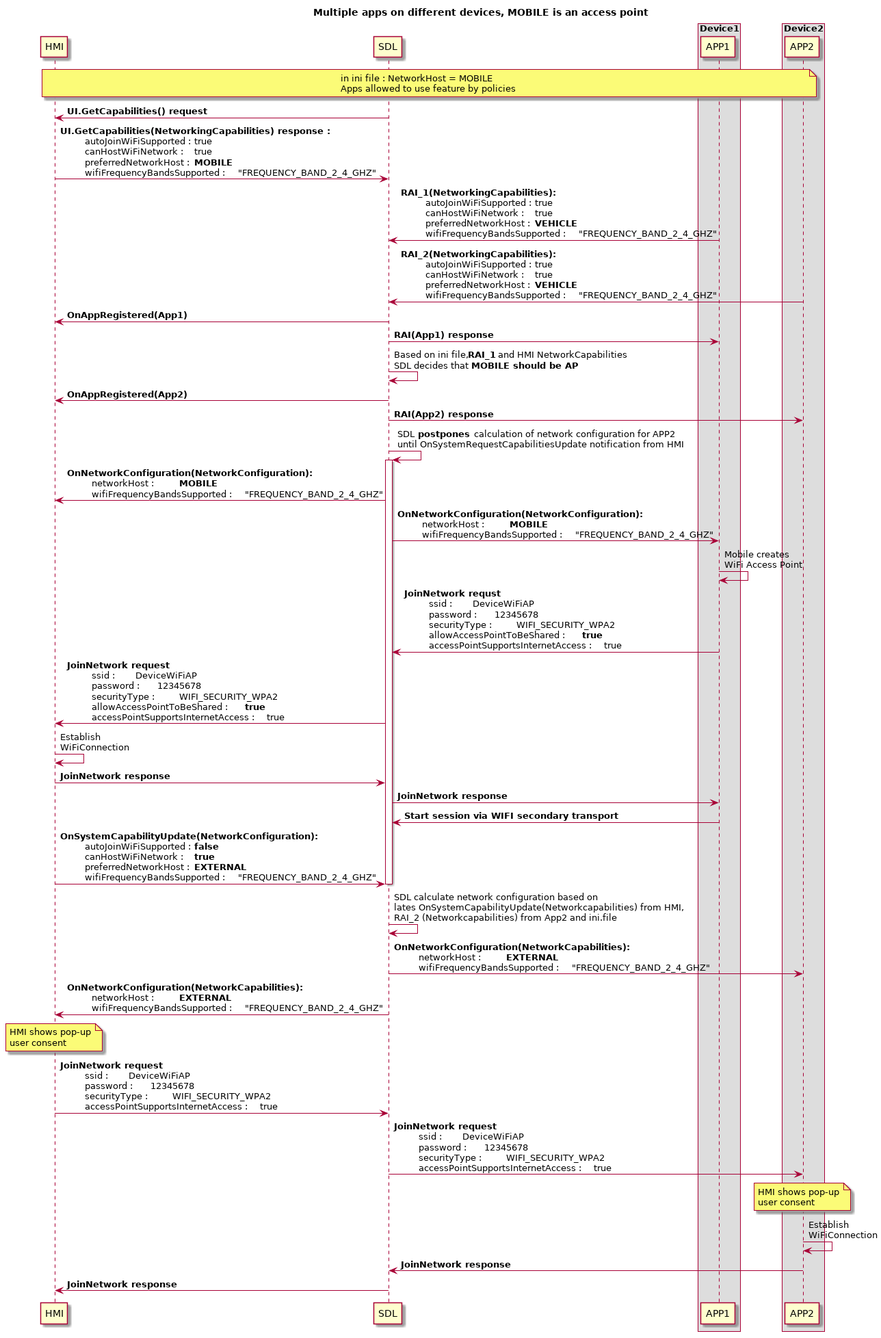
This is assets/proposals/0245-sharing-wifi-ssid-and-password/mobile_access_point_multidev_externalhost.png from smartdevicelink/sdl_evolution, a PlantUML export, as it was before one commit.
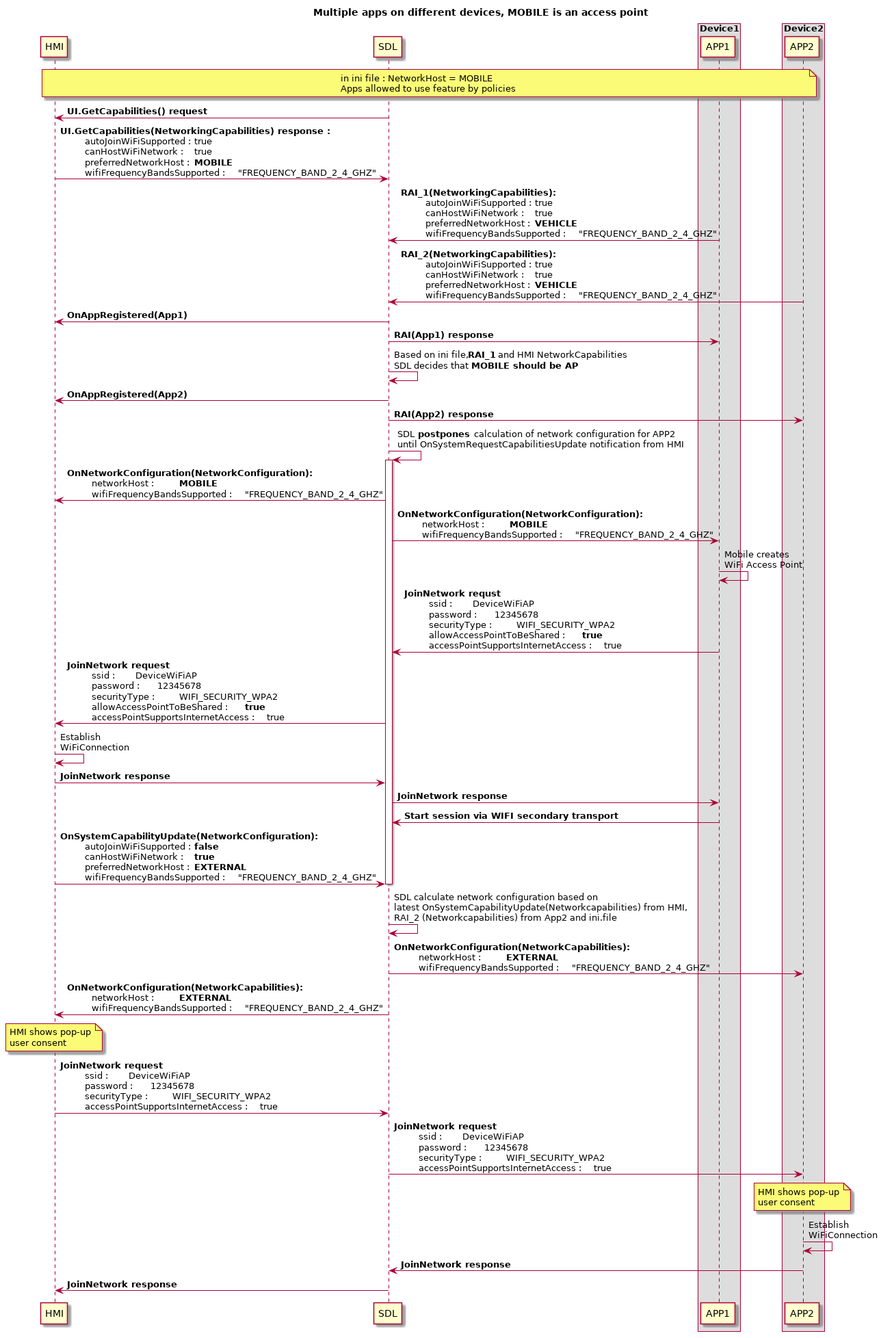
After the commit.

Diff of the diagram source:
```diff
@@ -54,7 +54,7 @@
 
 deactivate SDL
 
-SDL -> SDL : SDL calculate network configuration based on \nlates OnSystemCapabilityUpdate(Networkcapabilities) from HMI, \nRAI_2 (Networkcapabilities) from App2 and ini.file
+SDL -> SDL : SDL calculate network configuration based on \nlatest OnSystemCapabilityUpdate(Networkcapabilities) from HMI, \nRAI_2 (Networkcapabilities) from App2 and ini.file
 
 
 SDL -> APP2:  <b>OnNetworkConfiguration(NetworkCapabilities): \n\t networkHost : \t **EXTERNAL** \n\t wifiFrequencyBandsSupported : \t "FREQUENCY_BAND_2_4_GHZ"
```
